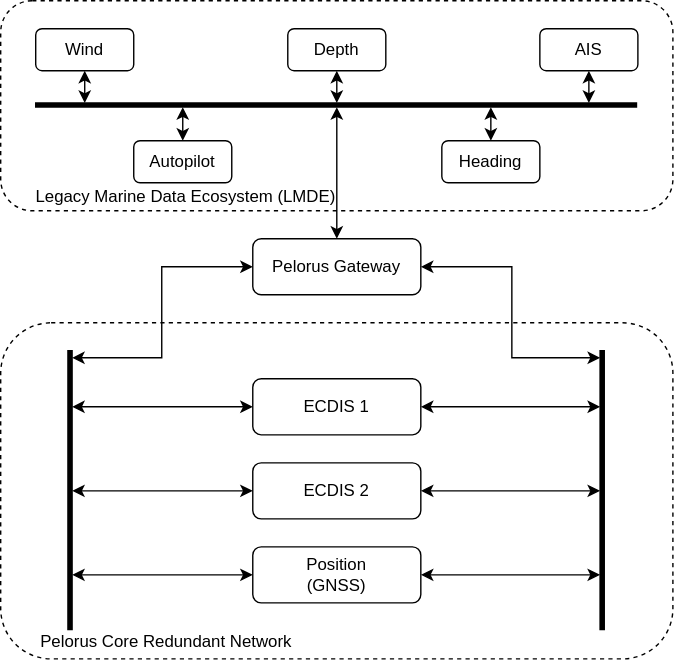
This is diagrams/topology.drawio.svg from pelorus-marine/specifications, a draw.io export, as it was before one commit. Source tidied: cells renumbered, new cells last; positions are measured from the earlier drawing's top-left corner, leaving out a move shared by most shapes.
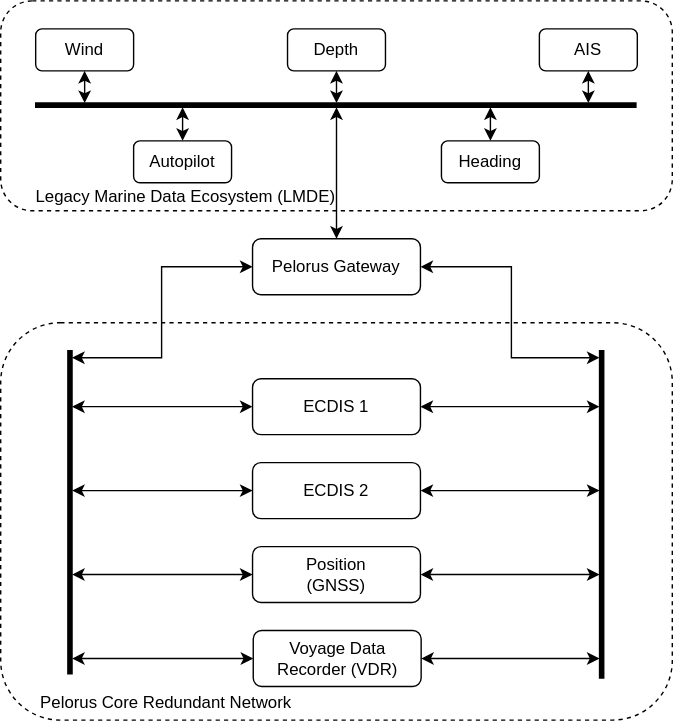
After the commit.

The edit, as a diff of the source:
```diff
@@ -44,14 +44,14 @@
     <mxCell id="15" style="endArrow=classic;startArrow=classic;html=1;rounded=0;exitX=0.5;exitY=0;exitDx=0;exitDy=0;" parent="1" edge="1" source="14" target="8">
       <mxGeometry relative="1" as="geometry" />
     </mxCell>
-    <mxCell id="16" value="&lt;br&gt;&lt;br&gt;&lt;br&gt;&lt;br&gt;&lt;br&gt;&lt;br&gt;&lt;br&gt;&lt;br&gt;&lt;br&gt;&lt;br&gt;&lt;br&gt;&lt;br&gt;&lt;br&gt;&lt;br&gt;&lt;br&gt;&amp;nbsp; &amp;nbsp; &amp;nbsp; &amp;nbsp; Pelorus Core Redundant Network" style="rounded=1;whiteSpace=wrap;html=1;dashed=1;align=left;" parent="1" vertex="1">
-      <mxGeometry y="230" width="480" height="240" as="geometry" />
+    <mxCell id="16" value="&lt;br&gt;&lt;br&gt;&lt;br&gt;&lt;br&gt;&lt;br&gt;&lt;br&gt;&lt;br&gt;&lt;br&gt;&lt;br&gt;&lt;br&gt;&lt;br&gt;&lt;br&gt;&lt;br&gt;&lt;br&gt;&lt;br&gt;&lt;br&gt;&lt;br&gt;&lt;br&gt;&amp;nbsp; &amp;nbsp; &amp;nbsp; &amp;nbsp; Pelorus Core Redundant Network" style="rounded=1;whiteSpace=wrap;html=1;dashed=1;align=left;" parent="1" vertex="1">
+      <mxGeometry y="230" width="480" height="284" as="geometry" />
     </mxCell>
     <mxCell id="17" style="line;strokeWidth=4;direction=south;html=1;perimeter=backbonePerimeter;points=[];outlineConnect=0;" parent="1" vertex="1">
-      <mxGeometry x="45" y="250" width="10" height="200" as="geometry" />
+      <mxGeometry x="45" y="250" width="10" height="232" as="geometry" />
     </mxCell>
     <mxCell id="18" style="line;strokeWidth=4;direction=south;html=1;perimeter=backbonePerimeter;points=[];outlineConnect=0;" parent="1" vertex="1">
-      <mxGeometry x="425" y="250" width="10" height="200" as="geometry" />
+      <mxGeometry x="425" y="250" width="10" height="235" as="geometry" />
     </mxCell>
     <mxCell id="19" value="ECDIS 1" style="rounded=1;whiteSpace=wrap;html=1;" parent="1" vertex="1">
       <mxGeometry x="180" y="270" width="120" height="40" as="geometry" />
@@ -96,5 +96,14 @@
         </Array>
       </mxGeometry>
     </mxCell>
+    <mxCell id="30" value="Voyage Data Recorder (VDR)" style="rounded=1;whiteSpace=wrap;html=1;" parent="1" vertex="1">
+      <mxGeometry x="180.5" y="450" width="120" height="40" as="geometry" />
+    </mxCell>
+    <mxCell id="31" style="endArrow=classic;startArrow=classic;html=1;rounded=0;entryX=1;entryY=0.5;entryDx=0;entryDy=0;" parent="1" edge="1" source="18" target="30">
+      <mxGeometry relative="1" as="geometry" />
+    </mxCell>
+    <mxCell id="32" style="endArrow=classic;startArrow=classic;html=1;rounded=0;entryX=0;entryY=0.5;entryDx=0;entryDy=0;" parent="1" edge="1" source="17" target="30">
+      <mxGeometry relative="1" as="geometry" />
+    </mxCell>
   </root>
 </mxGraphModel>
```
